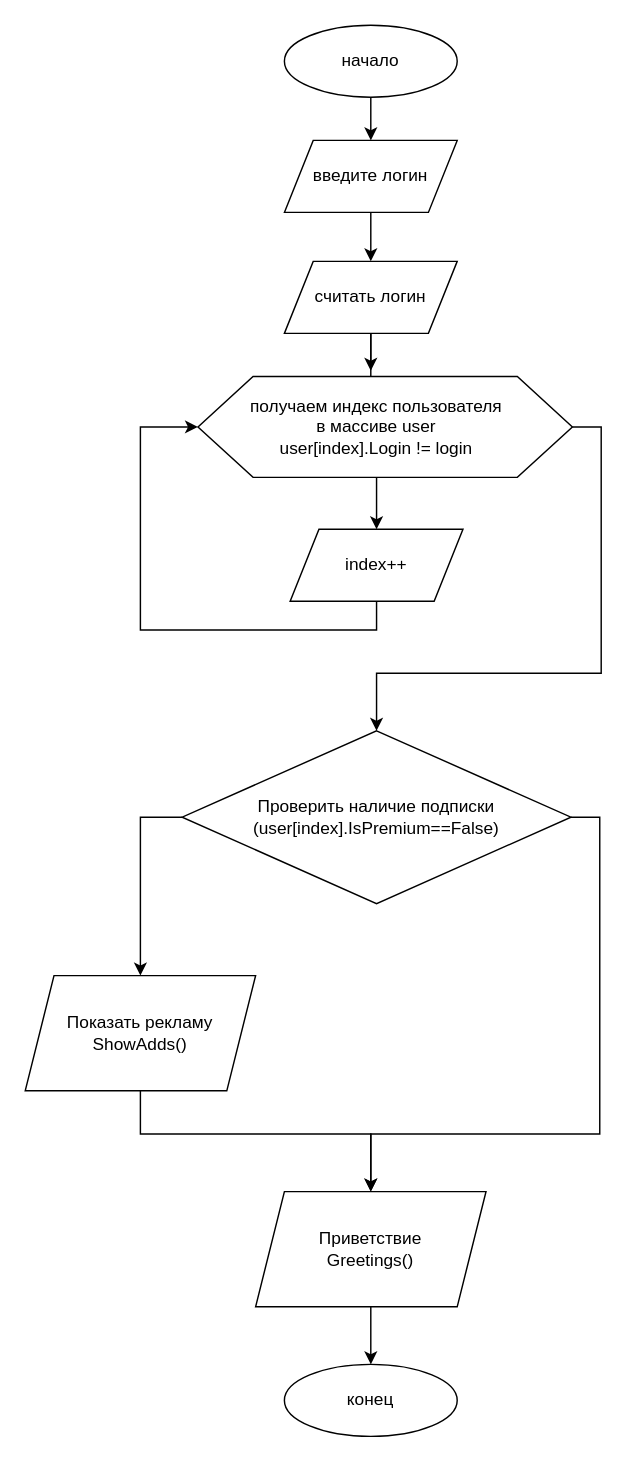
Earlier version of the draw.io diagram Untitled Diagram.drawio (Vadim-V-S/SF_12.1.5). Source tidied: cells renumbered, new cells numbered last; positions are measured from the earlier drawing's top-left corner, leaving out a move shared by most shapes. Both pictures are drawn from the tidied source at 144%, with x=0, y=0 at pixel (24, 24).
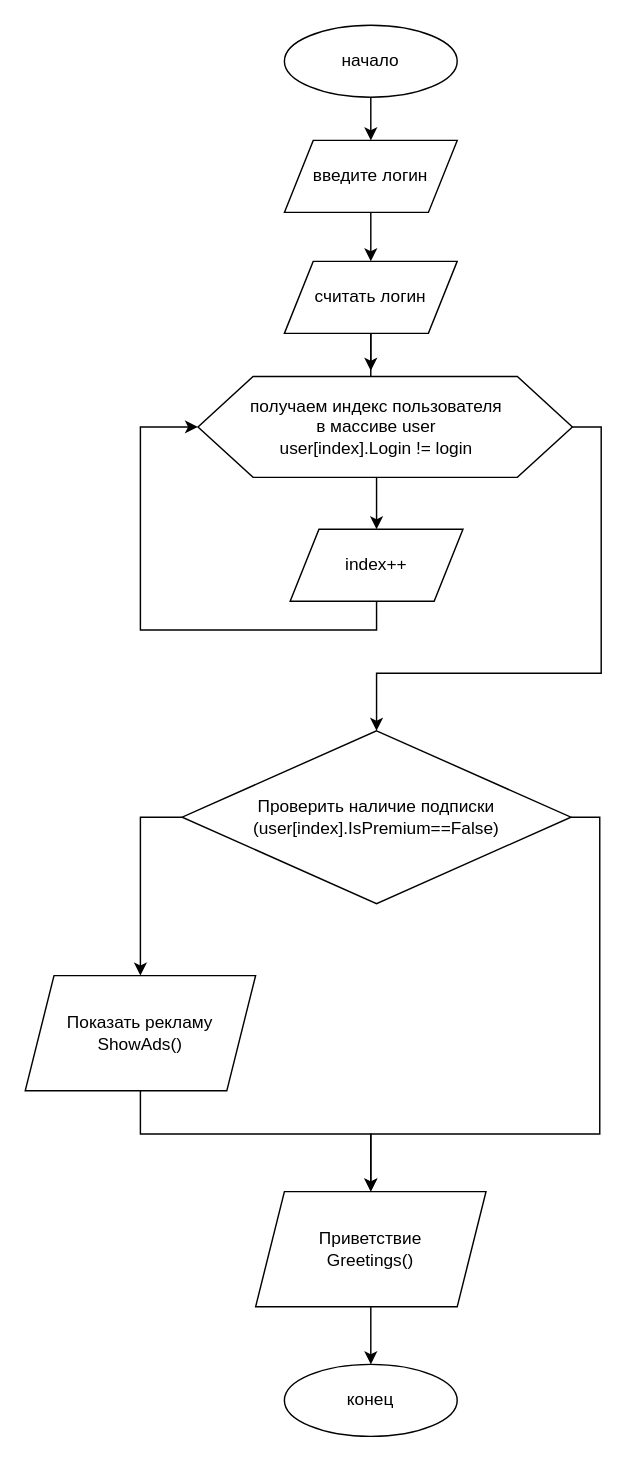
Above is the later version.

The edit, as a diff of the source:
```diff
@@
-    <mxCell id="19" value="&lt;div&gt;Показать рекламу&lt;br&gt;&lt;/div&gt;&lt;div&gt;ShowAdds()&lt;/div&gt;" style="shape=parallelogram;perimeter=parallelogramPerimeter;whiteSpace=wrap;html=1;fixedSize=1;" parent="1" vertex="1">
+    <mxCell id="19" value="&lt;div&gt;Показать рекламу&lt;br&gt;&lt;/div&gt;&lt;div&gt;ShowAds()&lt;/div&gt;" style="shape=parallelogram;perimeter=parallelogramPerimeter;whiteSpace=wrap;html=1;fixedSize=1;" parent="1" vertex="1">
       <mxGeometry y="660" width="160" height="80" as="geometry" />
     </mxCell>
```
